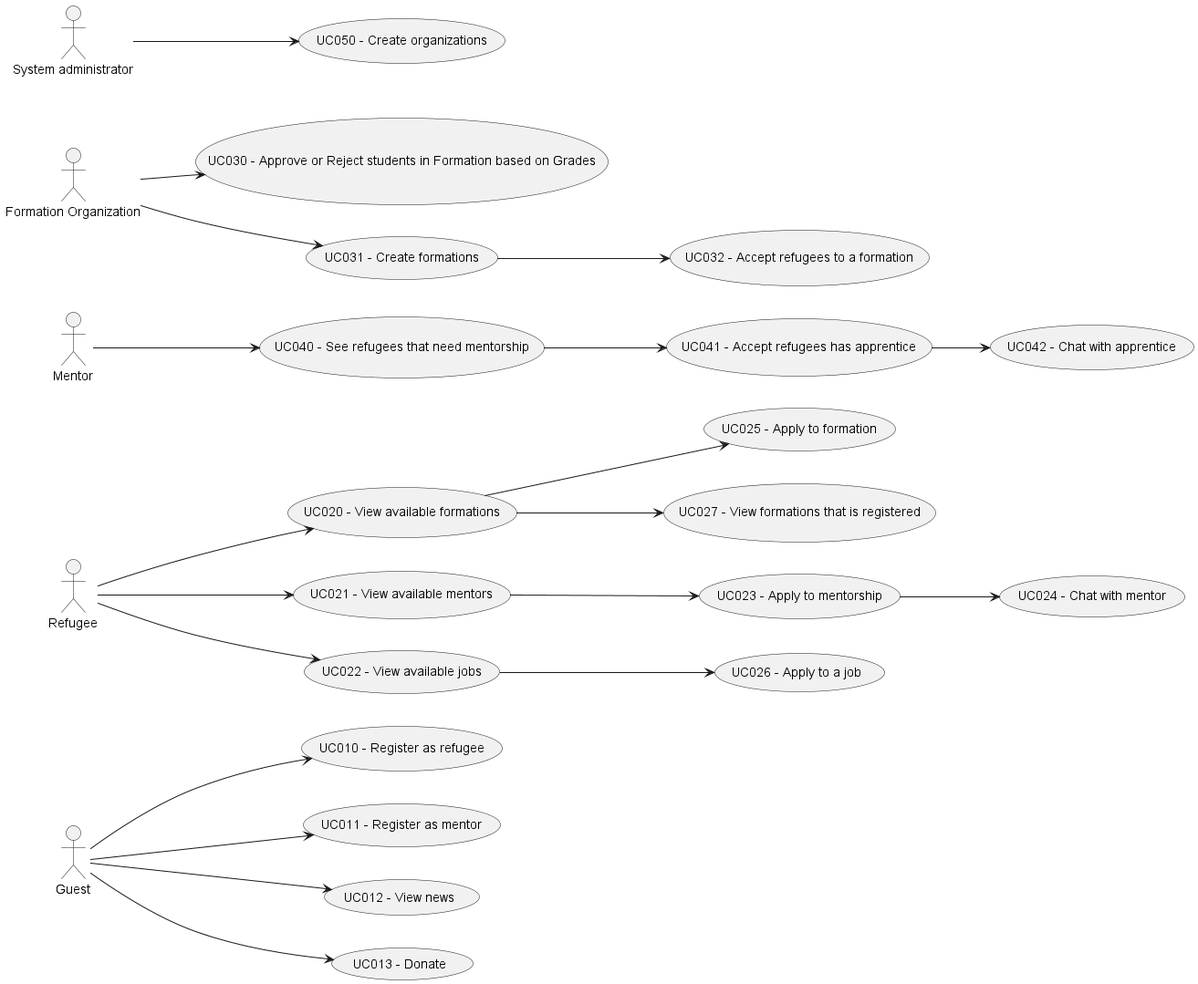
kanzodotjava/RefugeeLINK keeps this PlantUML diagram as Doc/Requirements/png/UseCaseDiagram.png. Above is the earlier version.
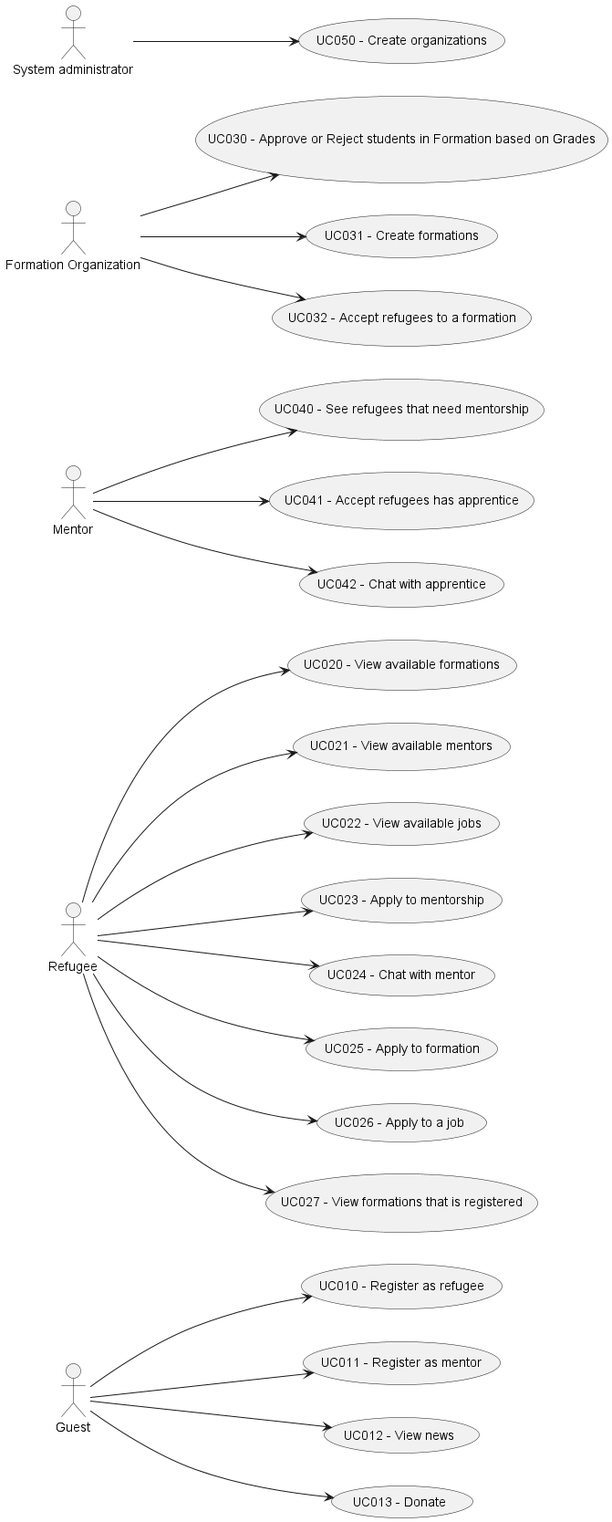
After the commit.

The edit, as a diff of the source:
```diff
@@ -43,22 +43,25 @@
 Refugee --> UC020
 Refugee --> UC021
 Refugee --> UC022
+Refugee --> UC025
+Refugee --> UC026
+Refugee --> UC027
+Refugee --> UC023
+Refugee --> UC024
+
+
 
 Org --> UC030
 Org --> UC031
+Org --> UC032
 
 Mentor --> UC040
+Mentor --> UC041
+Mentor --> UC042
 
 Admin --> UC050
 
-UC021 --> UC023
-UC023 --> UC024
-UC020 --> UC025
-UC040 --> UC041
-UC041 --> UC042
-UC022 --> UC026
-UC031 --> UC032
-UC020 --> UC027
+
 
 
 
```
